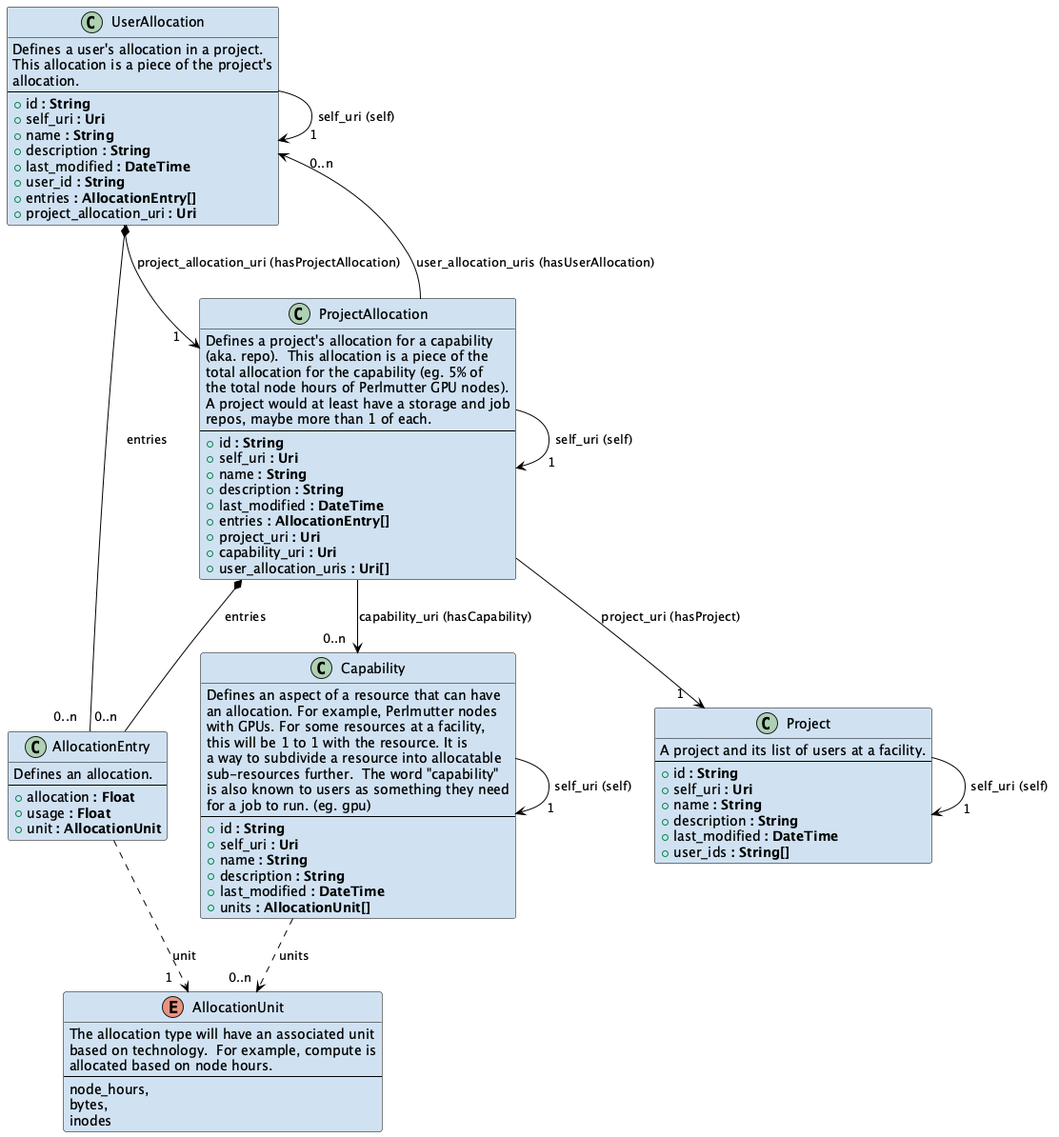
doe-iri/iri-facility-api-docs keeps this PlantUML diagram as specification/images/allocation-model.png. Above is the earlier version.
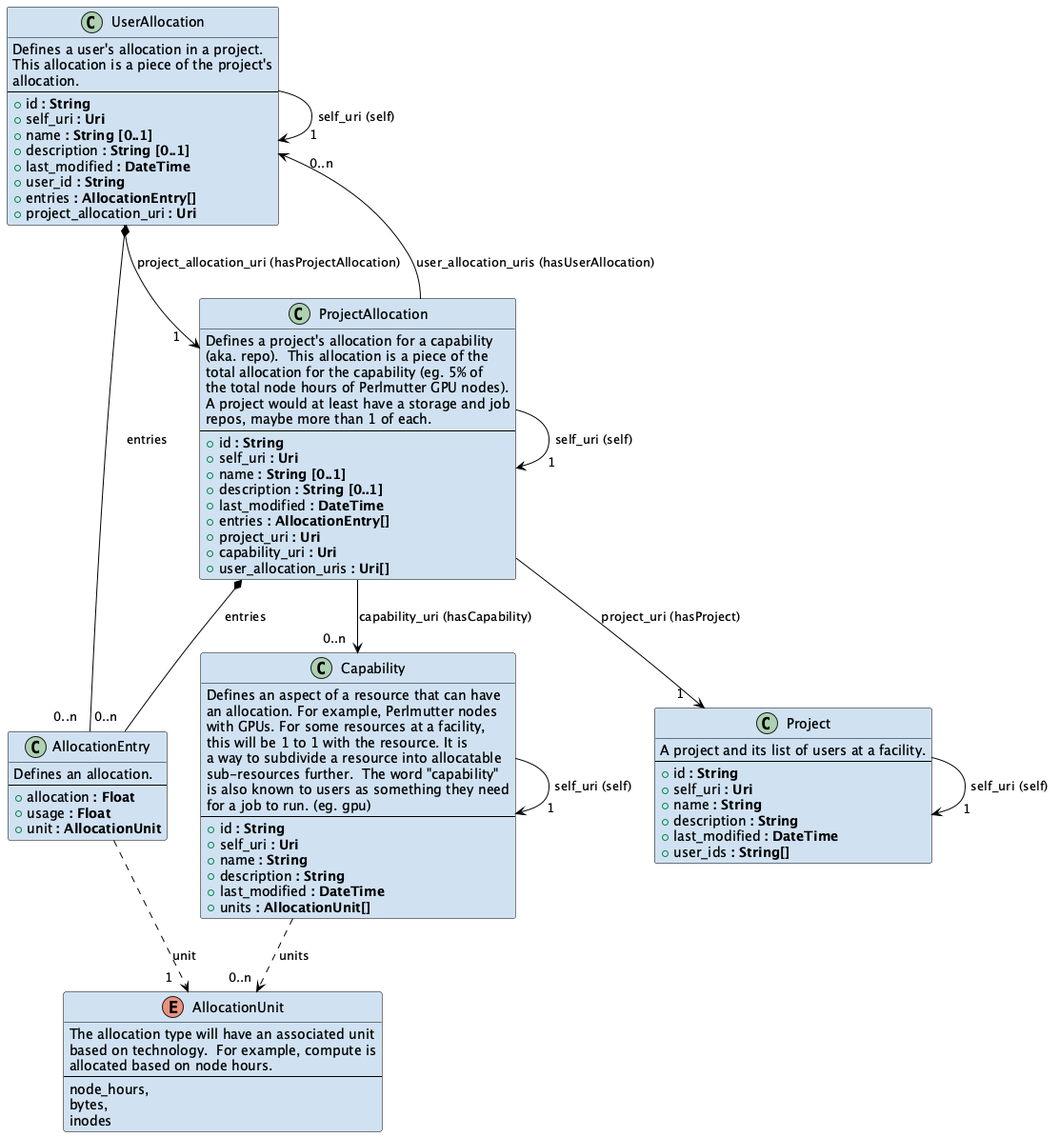
Later version of the same file.

The edit, as a diff of the source:
```diff
@@ -54,8 +54,8 @@
 ---
   + id <b>: String</b>
   + self_uri <b>: Uri</b>
-  + name <b>: String</b>
-  + description <b>: String</b>
+  + name <b>: String [0..1]</b>
+  + description <b>: String [0..1]</b>
   + last_modified <b>: DateTime</b>
   + user_id <b>: String</b>
   + entries <b>: AllocationEntry[]</b>
@@ -88,8 +88,8 @@
 ---
   + id <b>: String</b>
   + self_uri <b>: Uri</b>
-  + name <b>: String</b>
-  + description <b>: String</b>
+  + name <b>: String [0..1]</b>
+  + description <b>: String [0..1]</b>
   + last_modified <b>: DateTime</b>
   + entries <b>: AllocationEntry[]</b>
   + project_uri <b>: Uri</b>
```
